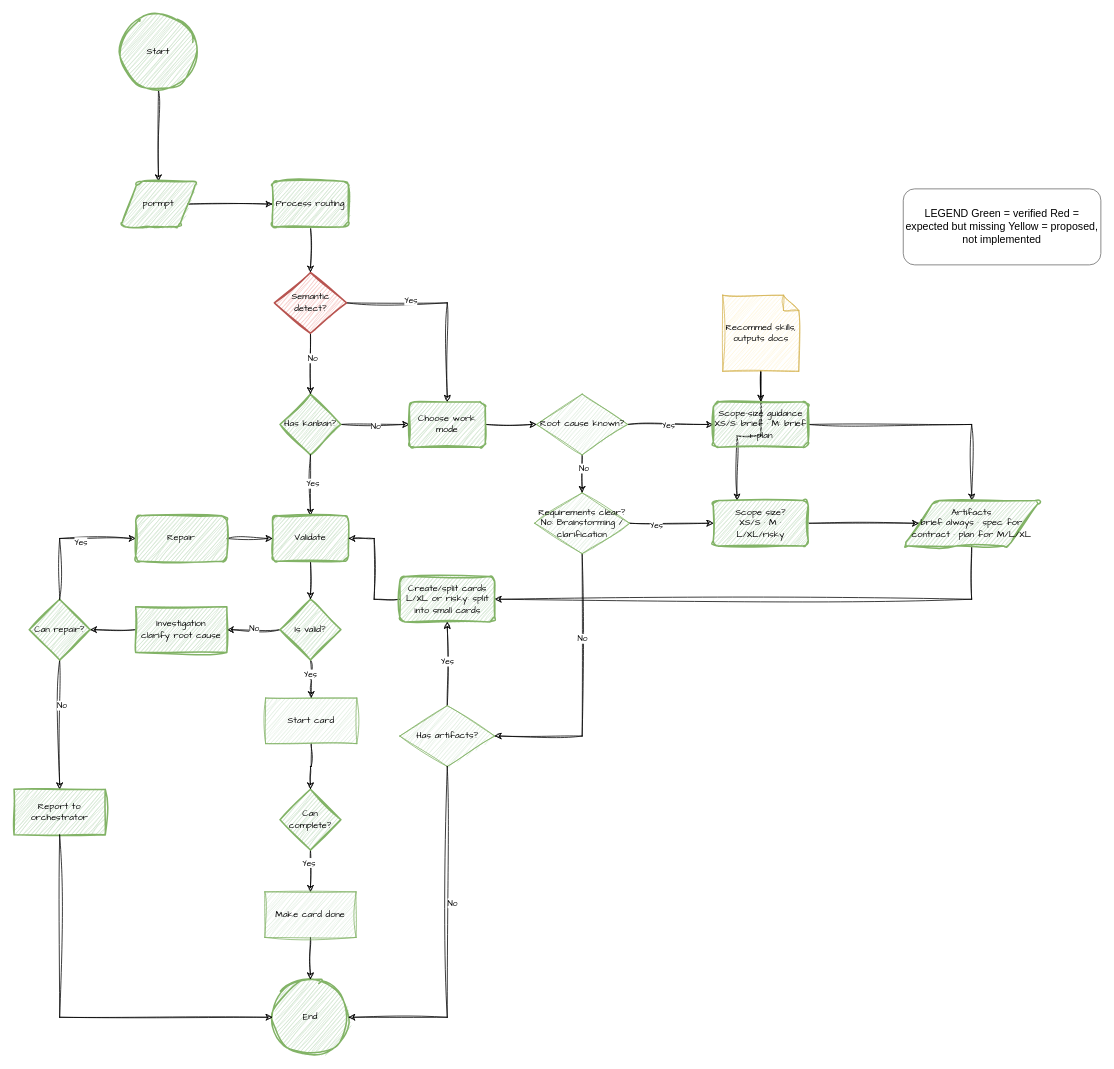
The draw.io diagram page "Gin-harness-flow" (1 of 2) of docs/architecture/gin-harness-system.drawio in ginn1111/gin-harness, before the edit. Source tidied: cells renumbered, new cells numbered last; positions are measured from the earlier drawing's top-left corner, leaving out a move shared by most shapes. Both pictures are drawn from the tidied source at 76%, with x=0, y=0 at pixel (14, 14).
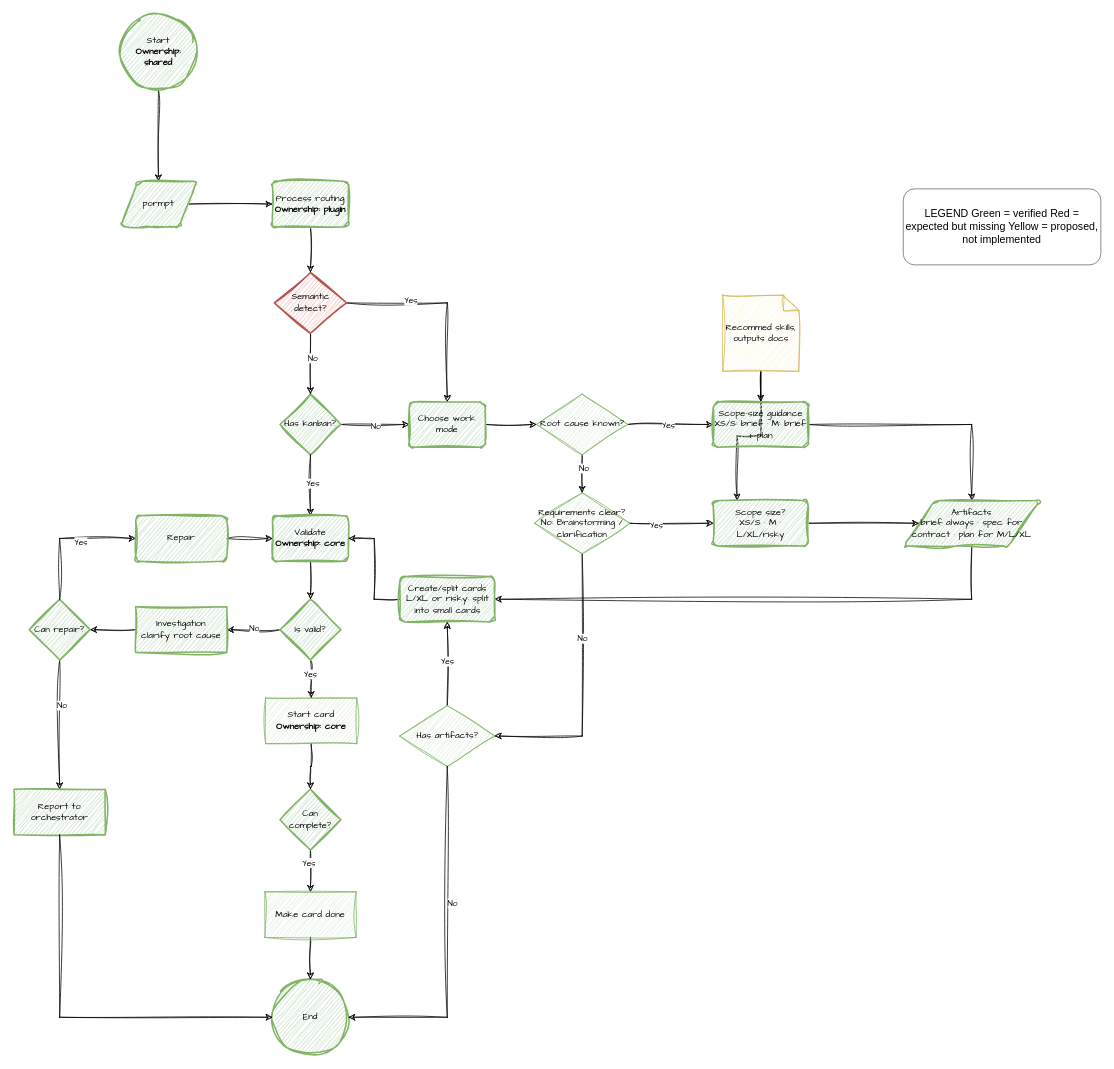
After the change.

Commit message (it also covers changes not shown here):
docs: map Ginflow ownership on flow page

What changed in the source:
```diff
@@
-    <mxCell id="3" value="Start" style="strokeWidth=2;html=1;shape=mxgraph.flowchart.start_2;whiteSpace=wrap;sketch=1;hachureGap=4;jiggle=2;curveFitting=1;fontFamily=Architects Daughter;fillColor=#d5e8d4;strokeColor=#82b366;" parent="1" vertex="1">
+    <mxCell id="3" value="Start&lt;br/&gt;&lt;b&gt;Ownership: shared&lt;/b&gt;" style="strokeWidth=2;html=1;shape=mxgraph.flowchart.start_2;whiteSpace=wrap;sketch=1;hachureGap=4;jiggle=2;curveFitting=1;fontFamily=Architects Daughter;fillColor=#d5e8d4;strokeColor=#82b366;" parent="1" vertex="1">
       <mxGeometry x="140" width="100" height="100" as="geometry" />
     </mxCell>
@@
-    <mxCell id="15" value="Validate" style="rounded=1;whiteSpace=wrap;html=1;absoluteArcSize=1;arcSize=14;strokeWidth=2;sketch=1;hachureGap=4;jiggle=2;curveFitting=1;fontFamily=Architects Daughter;fillColor=#d5e8d4;strokeColor=#82b366;" parent="1" vertex="1">
+    <mxCell id="15" value="Validate&lt;br/&gt;&lt;b&gt;Ownership: core&lt;/b&gt;" style="rounded=1;whiteSpace=wrap;html=1;absoluteArcSize=1;arcSize=14;strokeWidth=2;sketch=1;hachureGap=4;jiggle=2;curveFitting=1;fontFamily=Architects Daughter;fillColor=#d5e8d4;strokeColor=#82b366;" parent="1" vertex="1">
       <mxGeometry x="340" y="660" width="100" height="60" as="geometry" />
     </mxCell>
@@
-    <mxCell id="41" value="Start card" style="whiteSpace=wrap;html=1;sketch=1;hachureGap=4;jiggle=2;curveFitting=1;fontFamily=Architects Daughter;fillColor=#d5e8d4;strokeColor=#82b366;" parent="1" vertex="1">
+    <mxCell id="41" value="Start card&lt;br/&gt;&lt;b&gt;Ownership: core&lt;/b&gt;" style="whiteSpace=wrap;html=1;sketch=1;hachureGap=4;jiggle=2;curveFitting=1;fontFamily=Architects Daughter;fillColor=#d5e8d4;strokeColor=#82b366;" parent="1" vertex="1">
       <mxGeometry x="331" y="900" width="120" height="60" as="geometry" />
     </mxCell>
@@
-    <mxCell id="50" value="Process routing" style="rounded=1;whiteSpace=wrap;html=1;absoluteArcSize=1;arcSize=14;strokeWidth=2;sketch=1;hachureGap=4;jiggle=2;curveFitting=1;fontFamily=Architects Daughter;fillColor=#d5e8d4;strokeColor=#82b366;" parent="1" vertex="1">
+    <mxCell id="50" value="Process routing&lt;br/&gt;&lt;b&gt;Ownership: plugin&lt;/b&gt;" style="rounded=1;whiteSpace=wrap;html=1;absoluteArcSize=1;arcSize=14;strokeWidth=2;sketch=1;hachureGap=4;jiggle=2;curveFitting=1;fontFamily=Architects Daughter;fillColor=#d5e8d4;strokeColor=#82b366;" parent="1" vertex="1">
       <mxGeometry x="340" y="220" width="100" height="60" as="geometry" />
     </mxCell>
```
